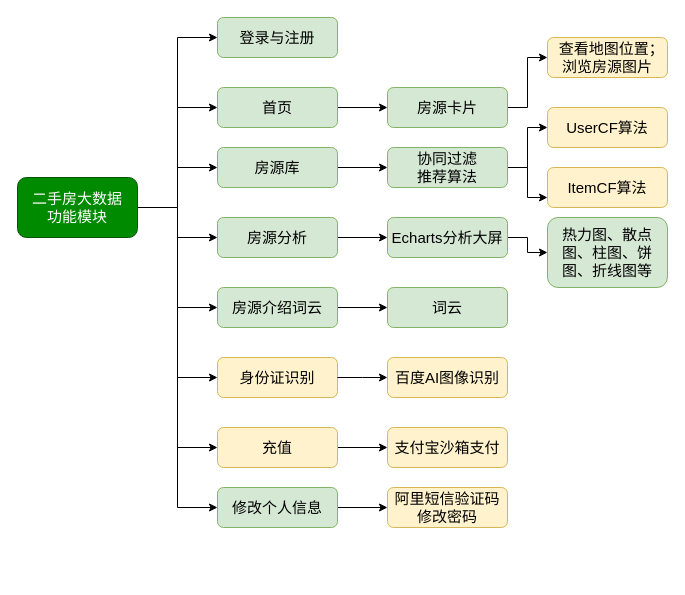
Earlier version of the draw.io diagram flask-二手房大数据【南京】.drawio (redcomet88/DRAW). Source tidied: cells renumbered, new cells numbered last; positions are measured from the earlier drawing's top-left corner, leaving out a move shared by most shapes. Both pictures are drawn from the tidied source at 100%, with x=0, y=0 at pixel (17, 17).
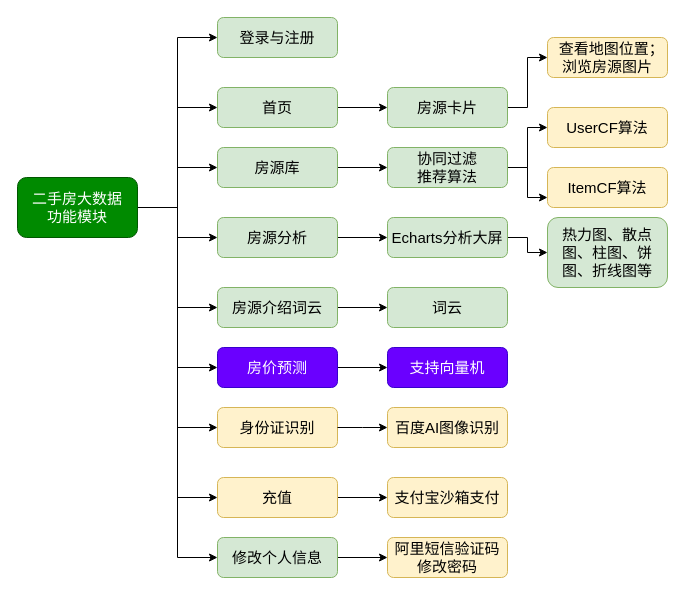
After the change.

Commit message:
Update flask-二手房大数据【南京】.drawio

Unchanged cells that the change refers to:
```xml
<mxCell id="10" value="二手房大数据&lt;br&gt;功能模块" style="rounded=1;whiteSpace=wrap;html=1;fontSize=15;fillColor=#008a00;strokeColor=#005700;fontColor=#ffffff;" parent="1" vertex="1">
  <mxGeometry y="160" width="120" height="60" as="geometry" />
</mxCell>
```

Change to the diagram source:
```diff
@@
+    <mxCell id="41" style="edgeStyle=orthogonalEdgeStyle;rounded=0;jettySize=auto;html=1;exitX=1;exitY=0.5;exitDx=0;exitDy=0;entryX=0;entryY=0.5;entryDx=0;entryDy=0;fontSize=15;" parent="1" edge="1" source="10" target="43">
+      <mxGeometry relative="1" as="geometry" />
+    </mxCell>
@@
     <mxCell id="20" value="身份证识别" style="rounded=1;whiteSpace=wrap;html=1;fontSize=15;fillColor=#fff2cc;strokeColor=#d6b656;" parent="1" vertex="1">
-      <mxGeometry x="200" y="340" width="120" height="40" as="geometry" />
+      <mxGeometry x="200" y="390" width="120" height="40" as="geometry" />
     </mxCell>
@@
     <mxCell id="29" value="百度AI图像识别" style="rounded=1;whiteSpace=wrap;html=1;fontSize=15;fillColor=#fff2cc;strokeColor=#d6b656;" parent="1" vertex="1">
-      <mxGeometry x="370" y="340" width="120" height="40" as="geometry" />
+      <mxGeometry x="370" y="390" width="120" height="40" as="geometry" />
     </mxCell>
     <mxCell id="30" style="edgeStyle=orthogonalEdgeStyle;rounded=0;jettySize=auto;html=1;exitX=1;exitY=0.5;exitDx=0;exitDy=0;" parent="1" edge="1" source="20">
       <mxGeometry relative="1" as="geometry">
-        <mxPoint x="370" y="360" as="targetPoint" />
+        <mxPoint x="370" y="410" as="targetPoint" />
       </mxGeometry>
     </mxCell>
@@
     <mxCell id="32" value="修改个人信息" style="rounded=1;whiteSpace=wrap;html=1;fontSize=15;fillColor=#d5e8d4;strokeColor=#82b366;" parent="1" vertex="1">
-      <mxGeometry x="200" y="470" width="120" height="40" as="geometry" />
+      <mxGeometry x="200" y="520" width="120" height="40" as="geometry" />
     </mxCell>
@@
     <mxCell id="36" value="充值" style="rounded=1;whiteSpace=wrap;html=1;fontSize=15;fillColor=#fff2cc;strokeColor=#d6b656;" parent="1" vertex="1">
-      <mxGeometry x="200" y="410" width="120" height="40" as="geometry" />
+      <mxGeometry x="200" y="460" width="120" height="40" as="geometry" />
     </mxCell>
     <mxCell id="37" value="支付宝沙箱支付" style="rounded=1;whiteSpace=wrap;html=1;fontSize=15;fillColor=#fff2cc;strokeColor=#d6b656;" parent="1" vertex="1">
-      <mxGeometry x="370" y="410" width="120" height="40" as="geometry" />
+      <mxGeometry x="370" y="460" width="120" height="40" as="geometry" />
     </mxCell>
@@
     <mxCell id="40" value="阿里短信验证码修改密码" style="rounded=1;whiteSpace=wrap;html=1;fontSize=15;fillColor=#fff2cc;strokeColor=#d6b656;" parent="1" vertex="1">
-      <mxGeometry x="370" y="470" width="120" height="40" as="geometry" />
+      <mxGeometry x="370" y="520" width="120" height="40" as="geometry" />
     </mxCell>
+    <mxCell id="42" style="edgeStyle=orthogonalEdgeStyle;rounded=0;jettySize=auto;html=1;exitX=1;exitY=0.5;exitDx=0;exitDy=0;entryX=0;entryY=0.5;entryDx=0;entryDy=0;fontSize=15;" parent="1" edge="1" source="43" target="44">
+      <mxGeometry relative="1" as="geometry" />
+    </mxCell>
+    <mxCell id="43" value="房价预测" style="rounded=1;whiteSpace=wrap;html=1;fontSize=15;fillColor=#6a00ff;strokeColor=#3700CC;fontColor=#ffffff;" parent="1" vertex="1">
+      <mxGeometry x="200" y="330" width="120" height="40" as="geometry" />
+    </mxCell>
+    <mxCell id="44" value="支持向量机" style="rounded=1;whiteSpace=wrap;html=1;fontSize=15;fillColor=#6a00ff;strokeColor=#3700CC;fontColor=#ffffff;" parent="1" vertex="1">
+      <mxGeometry x="370" y="330" width="120" height="40" as="geometry" />
+    </mxCell>
```
